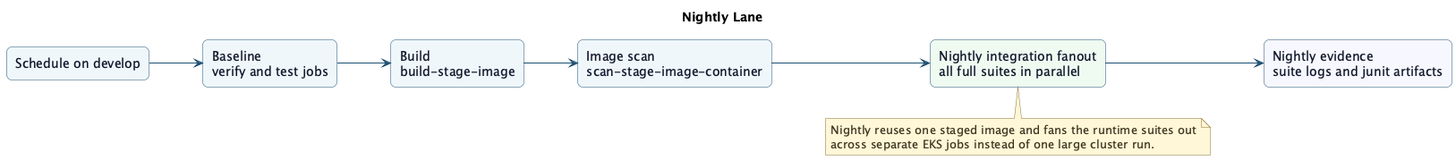
Above: gitlab-ci/diagrams/nightly-lane-target.png in splunk/splunk-operator (PlantUML), before the change.
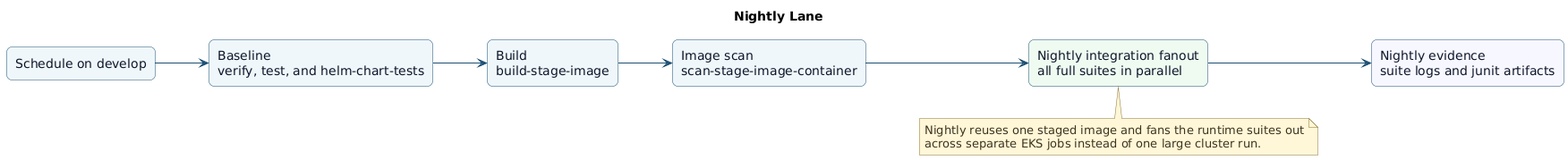
After the change.

The edit, as a diff of the source:
```diff
@@ -18,7 +18,7 @@
 }
 
 rectangle "Schedule on develop" as trigger
-rectangle "Baseline\nverify and test jobs" as baseline
+rectangle "Baseline\nverify, test, and helm-chart-tests" as baseline
 rectangle "Build\nbuild-stage-image" as build
 rectangle "Image scan\nscan-stage-image-container" as scan
 rectangle "Nightly integration fanout\nall full suites in parallel" as nightly #eefbf1
```
